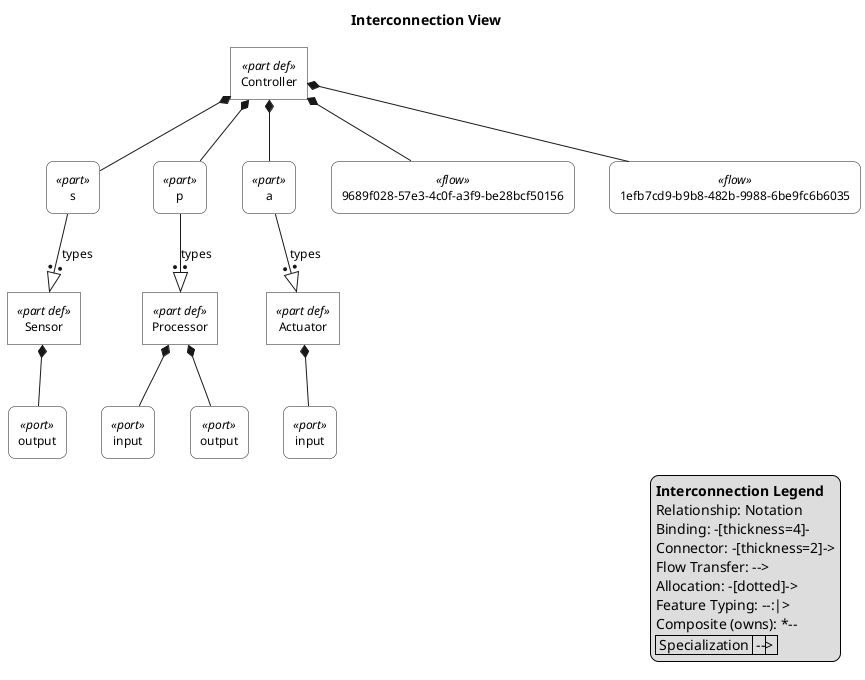
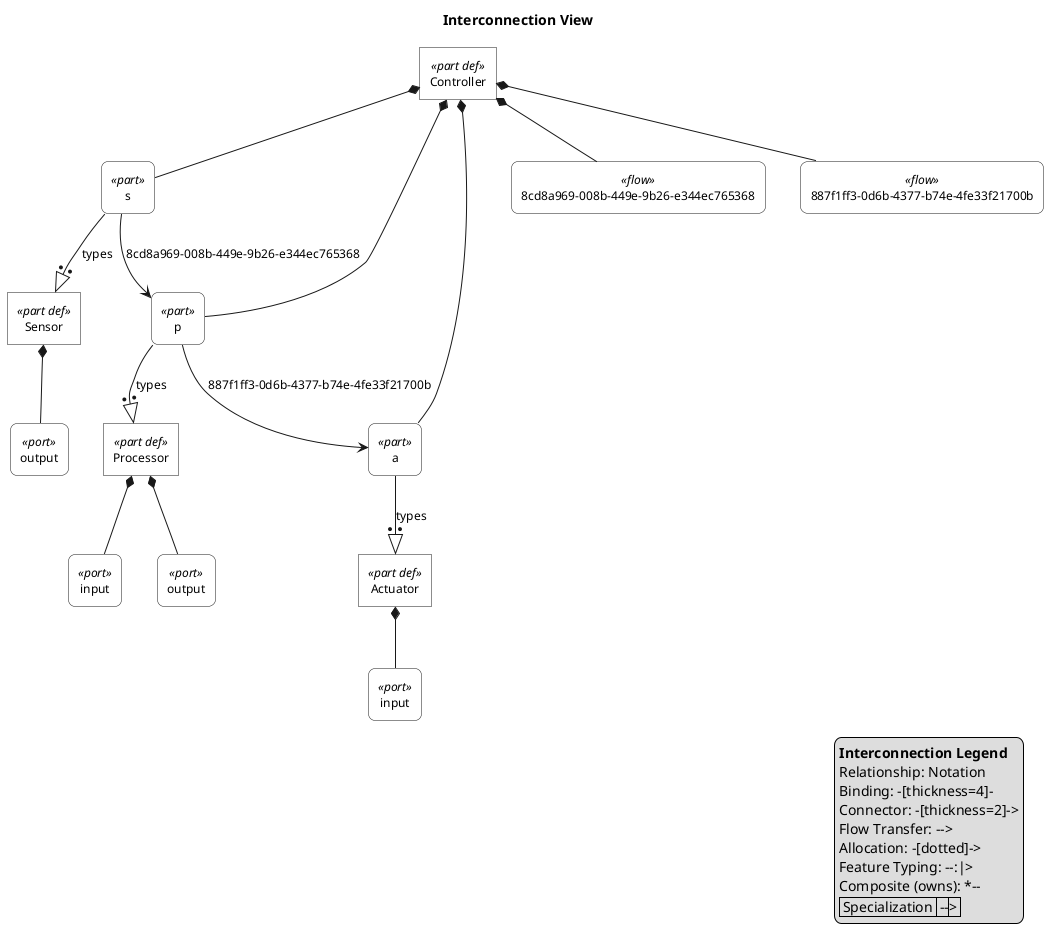
@startuml

skinparam monochrome true
skinparam wrapWidth 300
skinparam defaultFontSize 12
skinparam defaultFontName Helvetica

skinparam rectangle<<part def>> {
    RoundCorner 0
    BackgroundColor white
}
skinparam rectangle<<part>> {
    RoundCorner 15
    BackgroundColor white
}
skinparam rectangle<<port def>> {
    RoundCorner 0
    BackgroundColor white
}
skinparam rectangle<<port>> {
    RoundCorner 15
    BackgroundColor white
}
skinparam rectangle<<interface def>> {
    RoundCorner 0
    BackgroundColor white
}
skinparam rectangle<<interface>> {
    RoundCorner 15
    BackgroundColor white
}
skinparam rectangle<<item def>> {
    RoundCorner 0
    BackgroundColor white
}
skinparam rectangle<<item>> {
    RoundCorner 15
    BackgroundColor white
}
skinparam rectangle<<attribute def>> {
    RoundCorner 0
    BackgroundColor white
}
skinparam rectangle<<attribute>> {
    RoundCorner 15
    BackgroundColor white
}
skinparam rectangle<<connection def>> {
    RoundCorner 0
    BackgroundColor white
}
skinparam rectangle<<connection>> {
    RoundCorner 15
    BackgroundColor white
}
skinparam rectangle<<flow def>> {
    RoundCorner 0
    BackgroundColor white
}
skinparam rectangle<<flow>> {
    RoundCorner 15
    BackgroundColor white
}

top to bottom direction

title Interconnection View

hide circle

rectangle "Sensor" as E1 <<part def>>
rectangle "output" as E2 <<port>>
rectangle "Processor" as E3 <<part def>>
rectangle "input" as E4 <<port>>
rectangle "output" as E5 <<port>>
rectangle "Actuator" as E6 <<part def>>
rectangle "input" as E7 <<port>>
rectangle "Controller" as E8 <<part def>>
rectangle "s" as E9 <<part>>
rectangle "p" as E10 <<part>>
rectangle "a" as E11 <<part>>
- rectangle "9689f028-57e3-4c0f-a3f9-be28bcf50156" as E12 <<flow>>
- rectangle "1efb7cd9-b9b8-482b-9988-6be9fc6b6035" as E13 <<flow>>
+ rectangle "8cd8a969-008b-449e-9b26-e344ec765368" as E12 <<flow>>
+ rectangle "887f1ff3-0d6b-4377-b74e-4fe33f21700b" as E13 <<flow>>

E1 *-- E2
E3 *-- E4
E3 *-- E5
E6 *-- E7
E8 *-- E9
E9 --:|> E1 : types
E8 *-- E10
E10 --:|> E3 : types
E8 *-- E11
E11 --:|> E6 : types
E8 *-- E12
E8 *-- E13

+ E9 --> E10 : 8cd8a969-008b-449e-9b26-e344ec765368
+ E10 --> E11 : 887f1ff3-0d6b-4377-b74e-4fe33f21700b

legend right
  <b>Interconnection Legend</b>
  Relationship: Notation
  Binding: -[thickness=4]-
  Connector: -[thickness=2]->
  Flow Transfer: -->
  Allocation: -[dotted]->
  Feature Typing: --:|>
  Composite (owns): *--
  | Specialization | --|> |
endlegend

@enduml